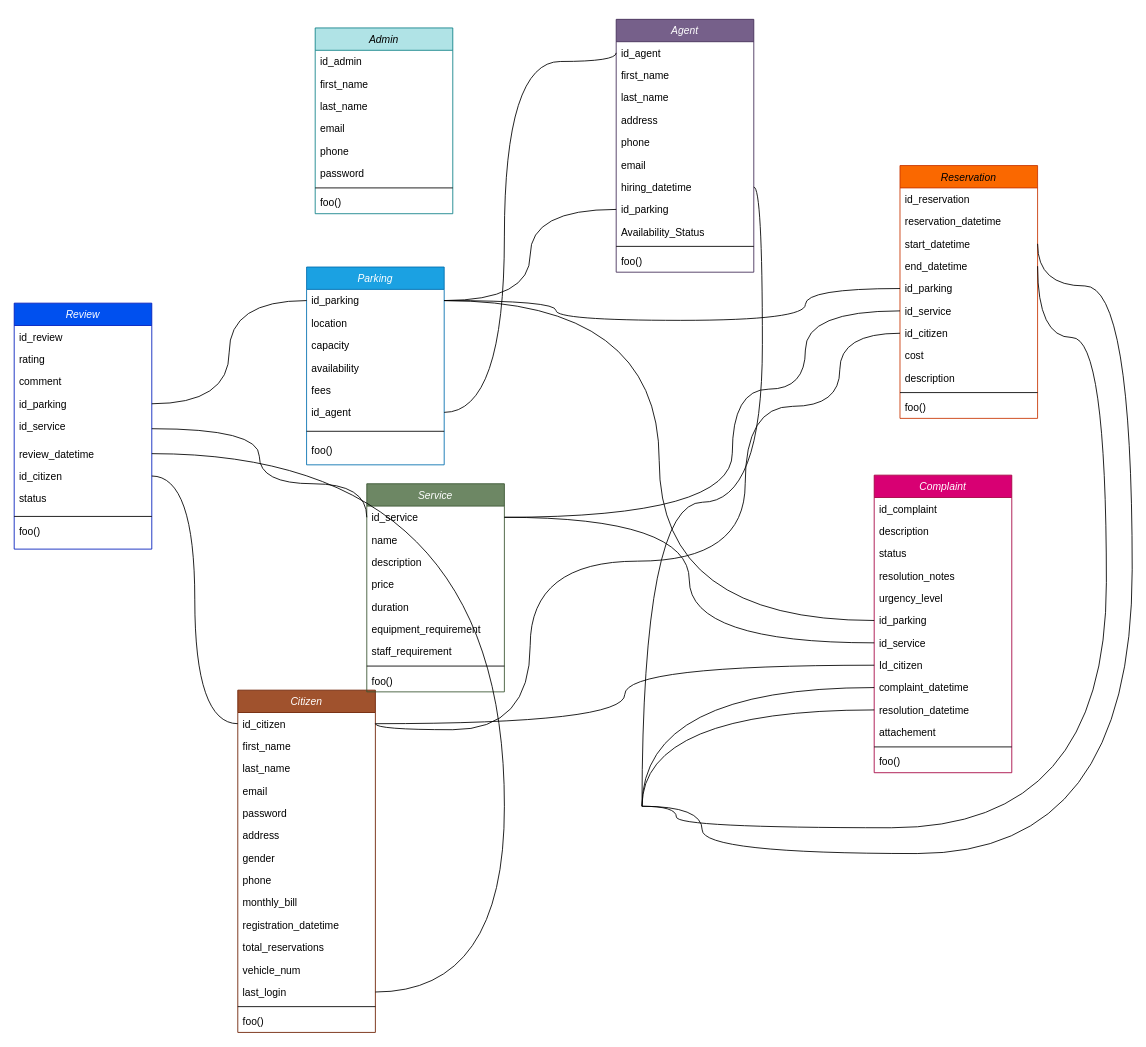
Above: docs/DB_diagram.drawio in anomaly1095/parky (draw.io), before the change. Source tidied: cells renumbered, new cells numbered last; positions are measured from the earlier drawing's top-left corner, leaving out a move shared by most shapes. Both pictures are drawn from the tidied source at 86%, with x=0, y=0 at pixel (14, 19).
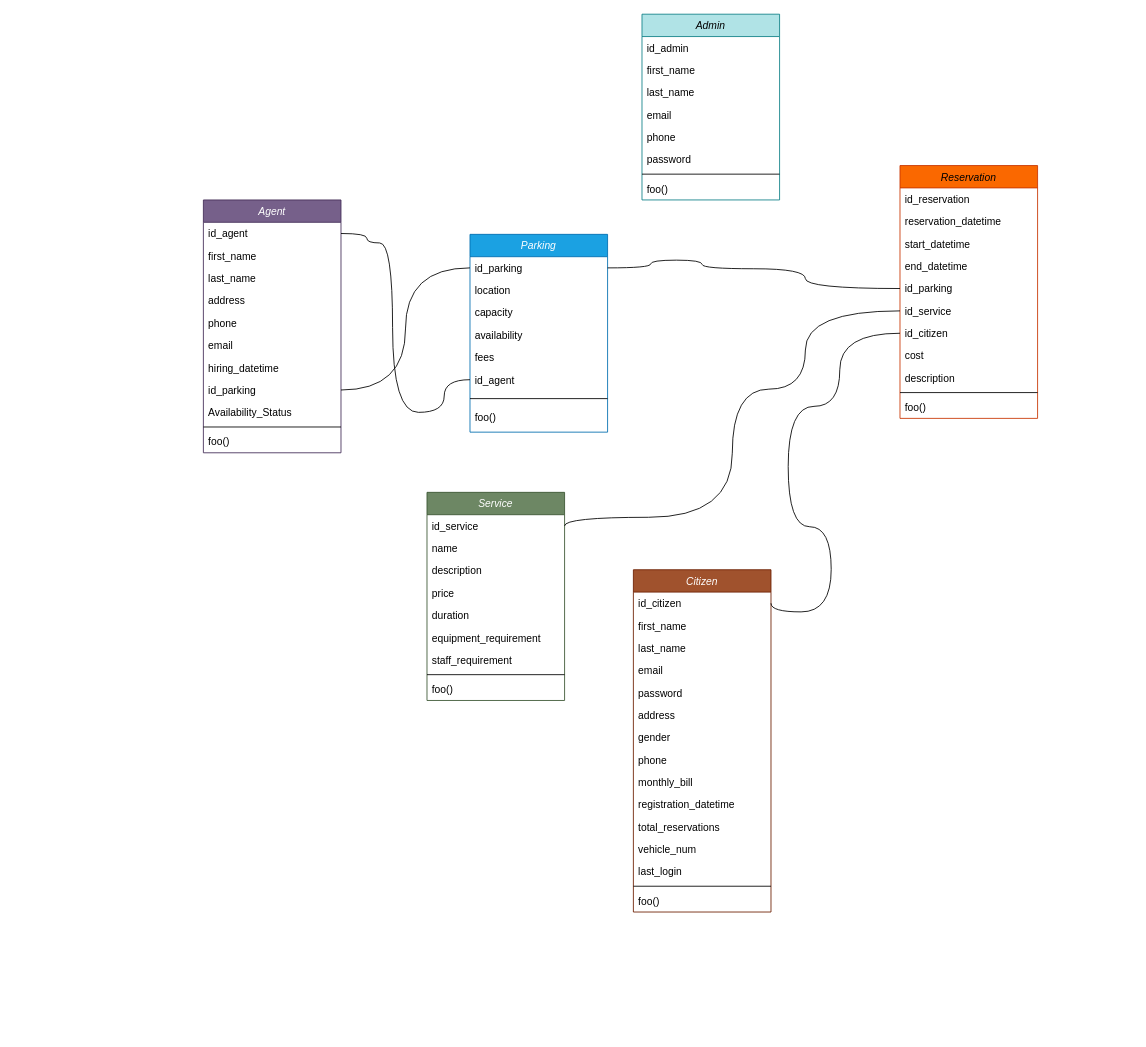
Above is the later version.

Unchanged cells that the change refers to:
```xml
<mxCell id="29" value="id_citizen" style="text;align=left;verticalAlign=top;spacingLeft=4;spacingRight=4;overflow=hidden;points=[[0,0.5],[1,0.5]];portConstraint=eastwest;" parent="28" vertex="1">
  <mxGeometry y="26" width="160" height="26" as="geometry" />
</mxCell>
<mxCell id="41" value="last_login" style="text;align=left;verticalAlign=top;spacingLeft=4;spacingRight=4;overflow=hidden;points=[[0,0.5],[1,0.5]];portConstraint=eastwest;rounded=0;shadow=0;html=0;" parent="28" vertex="1">
  <mxGeometry y="338" width="160" height="26" as="geometry" />
</mxCell>
<mxCell id="45" value="id_agent" style="text;align=left;verticalAlign=top;spacingLeft=4;spacingRight=4;overflow=hidden;points=[[0,0.5],[1,0.5]];portConstraint=eastwest;" parent="44" vertex="1">
  <mxGeometry y="26" width="160" height="26" as="geometry" />
</mxCell>
<mxCell id="51" value="hiring_datetime" style="text;align=left;verticalAlign=top;spacingLeft=4;spacingRight=4;overflow=hidden;points=[[0,0.5],[1,0.5]];portConstraint=eastwest;" parent="44" vertex="1">
  <mxGeometry y="182" width="160" height="26" as="geometry" />
</mxCell>
<mxCell id="52" value="id_parking" style="text;align=left;verticalAlign=top;spacingLeft=4;spacingRight=4;overflow=hidden;points=[[0,0.5],[1,0.5]];portConstraint=eastwest;" parent="44" vertex="1">
  <mxGeometry y="208" width="160" height="26" as="geometry" />
</mxCell>
<mxCell id="66" value="id_service" style="text;align=left;verticalAlign=top;spacingLeft=4;spacingRight=4;overflow=hidden;points=[[0,0.5],[1,0.5]];portConstraint=eastwest;" parent="65" vertex="1">
  <mxGeometry y="26" width="160" height="26" as="geometry" />
</mxCell>
<mxCell id="76" value="id_parking" style="text;align=left;verticalAlign=top;spacingLeft=4;spacingRight=4;overflow=hidden;points=[[0,0.5],[1,0.5]];portConstraint=eastwest;" parent="75" vertex="1">
  <mxGeometry y="26" width="160" height="26" as="geometry" />
</mxCell>
<mxCell id="81" value="id_agent" style="text;align=left;verticalAlign=top;spacingLeft=4;spacingRight=4;overflow=hidden;points=[[0,0.5],[1,0.5]];portConstraint=eastwest;" parent="75" vertex="1">
  <mxGeometry y="156" width="160" height="26" as="geometry" />
</mxCell>
<mxCell id="87" value="start_datetime" style="text;align=left;verticalAlign=top;spacingLeft=4;spacingRight=4;overflow=hidden;points=[[0,0.5],[1,0.5]];portConstraint=eastwest;" parent="84" vertex="1">
  <mxGeometry y="78" width="160" height="26" as="geometry" />
</mxCell>
<mxCell id="88" value="end_datetime" style="text;align=left;verticalAlign=top;spacingLeft=4;spacingRight=4;overflow=hidden;points=[[0,0.5],[1,0.5]];portConstraint=eastwest;" parent="84" vertex="1">
  <mxGeometry y="104" width="160" height="26" as="geometry" />
</mxCell>
<mxCell id="89" value="id_parking" style="text;align=left;verticalAlign=top;spacingLeft=4;spacingRight=4;overflow=hidden;points=[[0,0.5],[1,0.5]];portConstraint=eastwest;rounded=0;shadow=0;html=0;" parent="84" vertex="1">
  <mxGeometry y="130" width="160" height="26" as="geometry" />
</mxCell>
<mxCell id="91" value="id_citizen" style="text;align=left;verticalAlign=top;spacingLeft=4;spacingRight=4;overflow=hidden;points=[[0,0.5],[1,0.5]];portConstraint=eastwest;" parent="84" vertex="1">
  <mxGeometry y="182" width="160" height="26" as="geometry" />
</mxCell>
```

Diff of the diagram source:
```diff
@@
-    <mxCell id="2" value="Review" style="swimlane;fontStyle=2;align=center;verticalAlign=top;horizontal=1;startSize=26;rounded=0;shadow=0;strokeWidth=1;fillColor=#0050ef;strokeColor=#001DBC;fontColor=#ffffff;" parent="1" vertex="1">
-      <mxGeometry y="330" width="160" height="286" as="geometry" />
-    </mxCell>
-    <mxCell id="3" value="id_review" style="text;align=left;verticalAlign=top;spacingLeft=4;spacingRight=4;overflow=hidden;" parent="2" vertex="1">
-      <mxGeometry y="26" width="160" height="26" as="geometry" />
-    </mxCell>
-    <mxCell id="4" value="rating" style="text;align=left;verticalAlign=top;spacingLeft=4;spacingRight=4;overflow=hidden;rounded=0;shadow=0;html=0;" parent="2" vertex="1">
-      <mxGeometry y="52" width="160" height="26" as="geometry" />
-    </mxCell>
-    <mxCell id="5" value="comment" style="text;align=left;verticalAlign=top;spacingLeft=4;spacingRight=4;overflow=hidden;rounded=0;shadow=0;html=0;" parent="2" vertex="1">
-      <mxGeometry y="78" width="160" height="26" as="geometry" />
-    </mxCell>
-    <mxCell id="6" value="id_parking" style="text;align=left;verticalAlign=top;spacingLeft=4;spacingRight=4;overflow=hidden;points=[[0,0.5],[1,0.5]];portConstraint=eastwest;rounded=0;shadow=0;html=0;" parent="2" vertex="1">
-      <mxGeometry y="104" width="160" height="26" as="geometry" />
-    </mxCell>
-    <mxCell id="7" value="id_service" style="text;align=left;verticalAlign=top;spacingLeft=4;spacingRight=4;overflow=hidden;points=[[0,0.5],[1,0.5]];portConstraint=eastwest;rounded=0;shadow=0;html=0;" parent="2" vertex="1">
-      <mxGeometry y="130" width="160" height="32" as="geometry" />
-    </mxCell>
-    <mxCell id="8" value="review_datetime" style="text;align=left;verticalAlign=top;spacingLeft=4;spacingRight=4;overflow=hidden;points=[[0,0.5],[1,0.5]];portConstraint=eastwest;rounded=0;shadow=0;html=0;" parent="2" vertex="1">
-      <mxGeometry y="162" width="160" height="26" as="geometry" />
-    </mxCell>
-    <mxCell id="9" value="id_citizen" style="text;align=left;verticalAlign=top;spacingLeft=4;spacingRight=4;overflow=hidden;points=[[0,0.5],[1,0.5]];portConstraint=eastwest;rounded=0;shadow=0;html=0;" parent="2" vertex="1">
-      <mxGeometry y="188" width="160" height="26" as="geometry" />
-    </mxCell>
-    <mxCell id="10" value="status" style="text;align=left;verticalAlign=top;spacingLeft=4;spacingRight=4;overflow=hidden;rounded=0;shadow=0;html=0;" parent="2" vertex="1">
-      <mxGeometry y="214" width="160" height="30" as="geometry" />
-    </mxCell>
-    <mxCell id="11" style="line;html=1;strokeWidth=1;align=left;verticalAlign=middle;spacingTop=-1;spacingLeft=3;spacingRight=3;labelPosition=right;" parent="2" vertex="1">
-      <mxGeometry y="244" width="160" height="8" as="geometry" />
-    </mxCell>
-    <mxCell id="12" value="foo()" style="text;align=left;verticalAlign=top;spacingLeft=4;spacingRight=4;overflow=hidden;" parent="2" vertex="1">
-      <mxGeometry y="252" width="160" height="34" as="geometry" />
-    </mxCell>
-    <mxCell id="13" value="Complaint" style="swimlane;fontStyle=2;align=center;verticalAlign=top;horizontal=1;startSize=26;rounded=0;shadow=0;strokeWidth=1;fillColor=#d80073;strokeColor=#A50040;fontColor=#ffffff;" parent="1" vertex="1">
-      <mxGeometry x="1000" y="530" width="160" height="346" as="geometry" />
-    </mxCell>
-    <mxCell id="14" value="id_complaint" style="text;align=left;verticalAlign=top;spacingLeft=4;spacingRight=4;overflow=hidden;" parent="13" vertex="1">
-      <mxGeometry y="26" width="160" height="26" as="geometry" />
-    </mxCell>
-    <mxCell id="15" value="description" style="text;align=left;verticalAlign=top;spacingLeft=4;spacingRight=4;overflow=hidden;rounded=0;shadow=0;html=0;" parent="13" vertex="1">
-      <mxGeometry y="52" width="160" height="26" as="geometry" />
-    </mxCell>
-    <mxCell id="16" value="status" style="text;align=left;verticalAlign=top;spacingLeft=4;spacingRight=4;overflow=hidden;rounded=0;shadow=0;html=0;" parent="13" vertex="1">
-      <mxGeometry y="78" width="160" height="26" as="geometry" />
-    </mxCell>
-    <mxCell id="17" value="resolution_notes" style="text;align=left;verticalAlign=top;spacingLeft=4;spacingRight=4;overflow=hidden;rounded=0;shadow=0;html=0;" parent="13" vertex="1">
-      <mxGeometry y="104" width="160" height="26" as="geometry" />
-    </mxCell>
-    <mxCell id="18" value="urgency_level" style="text;align=left;verticalAlign=top;spacingLeft=4;spacingRight=4;overflow=hidden;rounded=0;shadow=0;html=0;" parent="13" vertex="1">
-      <mxGeometry y="130" width="160" height="26" as="geometry" />
-    </mxCell>
-    <mxCell id="19" value="id_parking" style="text;align=left;verticalAlign=top;spacingLeft=4;spacingRight=4;overflow=hidden;points=[[0,0.5],[1,0.5]];portConstraint=eastwest;rounded=0;shadow=0;html=0;" parent="13" vertex="1">
-      <mxGeometry y="156" width="160" height="26" as="geometry" />
-    </mxCell>
-    <mxCell id="20" value="id_service" style="text;align=left;verticalAlign=top;spacingLeft=4;spacingRight=4;overflow=hidden;points=[[0,0.5],[1,0.5]];portConstraint=eastwest;rounded=0;shadow=0;html=0;" parent="13" vertex="1">
-      <mxGeometry y="182" width="160" height="26" as="geometry" />
-    </mxCell>
-    <mxCell id="21" value="Id_citizen" style="text;align=left;verticalAlign=top;spacingLeft=4;spacingRight=4;overflow=hidden;points=[[0,0.5],[1,0.5]];portConstraint=eastwest;rounded=0;shadow=0;html=0;" parent="13" vertex="1">
-      <mxGeometry y="208" width="160" height="26" as="geometry" />
-    </mxCell>
-    <mxCell id="22" value="complaint_datetime" style="text;align=left;verticalAlign=top;spacingLeft=4;spacingRight=4;overflow=hidden;points=[[0,0.5],[1,0.5]];portConstraint=eastwest;rounded=0;shadow=0;html=0;" parent="13" vertex="1">
-      <mxGeometry y="234" width="160" height="26" as="geometry" />
-    </mxCell>
-    <mxCell id="23" value="resolution_datetime" style="text;align=left;verticalAlign=top;spacingLeft=4;spacingRight=4;overflow=hidden;points=[[0,0.5],[1,0.5]];portConstraint=eastwest;rounded=0;shadow=0;html=0;" parent="13" vertex="1">
-      <mxGeometry y="260" width="160" height="26" as="geometry" />
-    </mxCell>
-    <mxCell id="24" value="attachement" style="text;align=left;verticalAlign=top;spacingLeft=4;spacingRight=4;overflow=hidden;rounded=0;shadow=0;html=0;" parent="13" vertex="1">
-      <mxGeometry y="286" width="160" height="26" as="geometry" />
-    </mxCell>
-    <mxCell id="25" style="line;html=1;strokeWidth=1;align=left;verticalAlign=middle;spacingTop=-1;spacingLeft=3;spacingRight=3;labelPosition=right;" parent="13" vertex="1">
-      <mxGeometry y="312" width="160" height="8" as="geometry" />
-    </mxCell>
-    <mxCell id="26" value="foo()" style="text;align=left;verticalAlign=top;spacingLeft=4;spacingRight=4;overflow=hidden;" parent="13" vertex="1">
-      <mxGeometry y="320" width="160" height="26" as="geometry" />
-    </mxCell>
@@
     <mxCell id="28" value="Citizen" style="swimlane;fontStyle=2;align=center;verticalAlign=top;horizontal=1;startSize=26;rounded=0;shadow=0;strokeWidth=1;fillColor=#a0522d;fontColor=#ffffff;strokeColor=#6D1F00;" parent="1" vertex="1">
-      <mxGeometry x="260" y="780" width="160" height="398" as="geometry" />
+      <mxGeometry x="720" y="640" width="160" height="398" as="geometry" />
     </mxCell>
@@
     <mxCell id="44" value="Agent" style="swimlane;fontStyle=2;align=center;verticalAlign=top;horizontal=1;startSize=26;rounded=0;shadow=0;strokeWidth=1;fillColor=#76608a;strokeColor=#432D57;fontColor=#ffffff;" parent="1" vertex="1">
-      <mxGeometry x="700" width="160" height="294" as="geometry" />
+      <mxGeometry x="220" y="210" width="160" height="294" as="geometry" />
     </mxCell>
@@
     <mxCell id="56" value="Admin" style="swimlane;fontStyle=2;align=center;verticalAlign=top;horizontal=1;startSize=26;rounded=0;shadow=0;strokeWidth=1;fillColor=#b0e3e6;strokeColor=#0e8088;" parent="1" vertex="1">
-      <mxGeometry x="350" y="10" width="160" height="216" as="geometry" />
+      <mxGeometry x="730" y="-6" width="160" height="216" as="geometry" />
     </mxCell>
@@
     <mxCell id="65" value="Service" style="swimlane;fontStyle=2;align=center;verticalAlign=top;horizontal=1;startSize=26;rounded=0;shadow=0;strokeWidth=1;fillColor=#6d8764;fontColor=#ffffff;strokeColor=#3A5431;" parent="1" vertex="1">
-      <mxGeometry x="410" y="540" width="160" height="242" as="geometry" />
+      <mxGeometry x="480" y="550" width="160" height="242" as="geometry" />
     </mxCell>
@@
     <mxCell id="75" value="Parking" style="swimlane;fontStyle=2;align=center;verticalAlign=top;horizontal=1;startSize=26;rounded=0;shadow=0;strokeWidth=1;fillColor=#1ba1e2;strokeColor=#006EAF;fontColor=#ffffff;" parent="1" vertex="1">
-      <mxGeometry x="340" y="288" width="160" height="230" as="geometry" />
+      <mxGeometry x="530" y="250" width="160" height="230" as="geometry" />
     </mxCell>
@@
-    <mxCell id="96" style="endArrow=none;html=1;rounded=0;exitX=1;exitY=0.5;exitDx=0;exitDy=0;entryX=0;entryY=0.5;entryDx=0;entryDy=0;edgeStyle=orthogonalEdgeStyle;curved=1;" parent="1" edge="1" source="7" target="66">
-      <mxGeometry relative="1" as="geometry">
-        <Array as="points">
-          <mxPoint x="285" y="476" />
-          <mxPoint x="285" y="540" />
-          <mxPoint x="410" y="540" />
-        </Array>
-      </mxGeometry>
-    </mxCell>
-    <mxCell id="97" style="endArrow=none;html=1;rounded=0;exitX=1;exitY=0.5;exitDx=0;exitDy=0;entryX=0;entryY=0.5;entryDx=0;entryDy=0;edgeStyle=orthogonalEdgeStyle;curved=1;" parent="1" edge="1" source="41">
-      <mxGeometry relative="1" as="geometry">
-        <mxPoint x="570" y="915" as="targetPoint" />
-      </mxGeometry>
-    </mxCell>
-    <mxCell id="98" style="endArrow=none;html=1;rounded=0;exitX=0;exitY=0.5;exitDx=0;exitDy=0;entryX=1;entryY=0.5;entryDx=0;entryDy=0;edgeStyle=orthogonalEdgeStyle;curved=1;" parent="1" edge="1" source="22">
-      <mxGeometry relative="1" as="geometry">
-        <mxPoint x="730" y="915" as="targetPoint" />
-      </mxGeometry>
-    </mxCell>
-    <mxCell id="99" style="endArrow=none;html=1;rounded=0;exitX=0;exitY=0.5;exitDx=0;exitDy=0;entryX=1;entryY=0.5;entryDx=0;entryDy=0;edgeStyle=orthogonalEdgeStyle;curved=1;" parent="1" edge="1" source="23">
-      <mxGeometry relative="1" as="geometry">
-        <mxPoint x="730" y="915" as="targetPoint" />
-      </mxGeometry>
-    </mxCell>
-    <mxCell id="100" style="endArrow=none;html=1;rounded=0;exitX=1;exitY=0.5;exitDx=0;exitDy=0;entryX=0;entryY=0.5;entryDx=0;entryDy=0;edgeStyle=orthogonalEdgeStyle;curved=1;" parent="1" edge="1" source="29" target="21">
-      <mxGeometry relative="1" as="geometry" />
-    </mxCell>
-    <mxCell id="101" style="endArrow=none;html=1;rounded=0;exitX=1;exitY=0.5;exitDx=0;exitDy=0;entryX=0;entryY=0.5;entryDx=0;entryDy=0;edgeStyle=orthogonalEdgeStyle;curved=1;" parent="1" edge="1" source="66" target="20">
-      <mxGeometry relative="1" as="geometry" />
-    </mxCell>
-    <mxCell id="102" style="endArrow=none;html=1;rounded=0;exitX=1;exitY=0.5;exitDx=0;exitDy=0;entryX=0;entryY=0.5;entryDx=0;entryDy=0;edgeStyle=orthogonalEdgeStyle;curved=1;" parent="1" edge="1" source="76" target="19">
-      <mxGeometry relative="1" as="geometry" />
-    </mxCell>
-    <mxCell id="103" style="endArrow=none;html=1;rounded=0;exitX=1;exitY=0.5;exitDx=0;exitDy=0;entryX=0;entryY=0.5;entryDx=0;entryDy=0;edgeStyle=orthogonalEdgeStyle;curved=1;" parent="1" edge="1" source="8">
-      <mxGeometry relative="1" as="geometry">
-        <mxPoint x="570" y="915" as="targetPoint" />
-      </mxGeometry>
-    </mxCell>
-    <mxCell id="104" style="endArrow=none;html=1;rounded=0;exitX=1;exitY=0.5;exitDx=0;exitDy=0;edgeStyle=orthogonalEdgeStyle;curved=1;" parent="1" edge="1" source="6" target="76">
-      <mxGeometry relative="1" as="geometry" />
-    </mxCell>
-    <mxCell id="105" style="endArrow=none;html=1;rounded=0;exitX=1;exitY=0.5;exitDx=0;exitDy=0;entryX=0;entryY=0.5;entryDx=0;entryDy=0;edgeStyle=orthogonalEdgeStyle;curved=1;" parent="1" edge="1" source="9" target="29">
-      <mxGeometry relative="1" as="geometry" />
-    </mxCell>
-    <mxCell id="106" style="endArrow=none;html=1;rounded=0;exitX=1;exitY=0.5;exitDx=0;exitDy=0;entryX=0;entryY=0.5;entryDx=0;entryDy=0;edgeStyle=orthogonalEdgeStyle;curved=1;" parent="1" edge="1" source="76" target="52">
+    <mxCell id="106" style="endArrow=none;html=1;rounded=0;exitX=0;exitY=0.5;exitDx=0;exitDy=0;entryX=1;entryY=0.5;entryDx=0;entryDy=0;edgeStyle=orthogonalEdgeStyle;curved=1;" parent="1" edge="1" source="76" target="52">
       <mxGeometry relative="1" as="geometry" />
     </mxCell>
     <mxCell id="107" style="endArrow=none;html=1;rounded=0;entryX=0;entryY=0.5;entryDx=0;entryDy=0;edgeStyle=orthogonalEdgeStyle;curved=1;exitX=1;exitY=0.5;exitDx=0;exitDy=0;" parent="1" edge="1" source="76" target="89">
       <mxGeometry relative="1" as="geometry">
         <Array as="points">
-          <mxPoint x="630" y="327" />
-          <mxPoint x="630" y="350" />
-          <mxPoint x="920" y="350" />
+          <mxPoint x="740" y="289" />
+          <mxPoint x="740" y="280" />
+          <mxPoint x="800" y="280" />
+          <mxPoint x="800" y="290" />
+          <mxPoint x="920" y="290" />
           <mxPoint x="920" y="313" />
         </Array>
       </mxGeometry>
     </mxCell>
@@
-    <mxCell id="109" style="endArrow=none;html=1;rounded=0;exitX=1;exitY=0.5;exitDx=0;exitDy=0;edgeStyle=orthogonalEdgeStyle;curved=1;entryX=1;entryY=0.5;entryDx=0;entryDy=0;" parent="1" edge="1" source="87">
-      <mxGeometry relative="1" as="geometry">
-        <mxPoint x="730" y="915" as="targetPoint" />
-        <Array as="points">
-          <mxPoint x="1190" y="310" />
-          <mxPoint x="1300" y="310" />
-          <mxPoint x="1300" y="970" />
-          <mxPoint x="800" y="970" />
-          <mxPoint x="800" y="915" />
-        </Array>
-      </mxGeometry>
-    </mxCell>
     <mxCell id="110" style="endArrow=none;html=1;rounded=0;entryX=0;entryY=0.5;entryDx=0;entryDy=0;edgeStyle=orthogonalEdgeStyle;curved=1;exitX=1;exitY=0.5;exitDx=0;exitDy=0;" parent="1" edge="1" source="29" target="91">
       <mxGeometry relative="1" as="geometry">
         <Array as="points">
-          <mxPoint x="420" y="826" />
-          <mxPoint x="600" y="826" />
-          <mxPoint x="600" y="630" />
-          <mxPoint x="850" y="630" />
-          <mxPoint x="850" y="450" />
+          <mxPoint x="880" y="689" />
+          <mxPoint x="950" y="689" />
+          <mxPoint x="950" y="590" />
+          <mxPoint x="900" y="590" />
+          <mxPoint x="900" y="450" />
           <mxPoint x="960" y="450" />
           <mxPoint x="960" y="365" />
         </Array>
       </mxGeometry>
     </mxCell>
-    <mxCell id="111" style="endArrow=none;html=1;rounded=0;exitX=1;exitY=0.5;exitDx=0;exitDy=0;edgeStyle=orthogonalEdgeStyle;curved=1;entryX=1;entryY=0.5;entryDx=0;entryDy=0;" parent="1" edge="1" source="88">
-      <mxGeometry relative="1" as="geometry">
-        <mxPoint x="730" y="915" as="targetPoint" />
-        <Array as="points">
-          <mxPoint x="1190" y="370" />
-          <mxPoint x="1270" y="370" />
-          <mxPoint x="1270" y="940" />
-          <mxPoint x="770" y="940" />
-          <mxPoint x="770" y="915" />
-        </Array>
-      </mxGeometry>
-    </mxCell>
-    <mxCell id="112" style="endArrow=none;html=1;rounded=0;exitX=1;exitY=0.5;exitDx=0;exitDy=0;entryX=0;entryY=0.5;entryDx=0;entryDy=0;edgeStyle=orthogonalEdgeStyle;curved=1;" parent="1" edge="1" source="81" target="45">
+    <mxCell id="112" style="endArrow=none;html=1;rounded=0;exitX=0;exitY=0.5;exitDx=0;exitDy=0;entryX=1;entryY=0.5;entryDx=0;entryDy=0;edgeStyle=orthogonalEdgeStyle;curved=1;" parent="1" edge="1" source="81" target="45">
       <mxGeometry relative="1" as="geometry">
         <Array as="points">
-          <mxPoint x="570" y="457" />
-          <mxPoint x="570" y="49" />
+          <mxPoint x="500" y="457" />
+          <mxPoint x="440" y="457" />
+          <mxPoint x="440" y="260" />
+          <mxPoint x="410" y="260" />
+          <mxPoint x="410" y="249" />
         </Array>
       </mxGeometry>
     </mxCell>
-    <mxCell id="113" style="endArrow=none;html=1;rounded=0;exitX=1;exitY=0.5;exitDx=0;exitDy=0;entryX=1;entryY=0.5;entryDx=0;entryDy=0;edgeStyle=orthogonalEdgeStyle;curved=1;" parent="1" edge="1" target="51">
-      <mxGeometry relative="1" as="geometry">
-        <mxPoint x="730" y="915" as="sourcePoint" />
-      </mxGeometry>
-    </mxCell>
```
